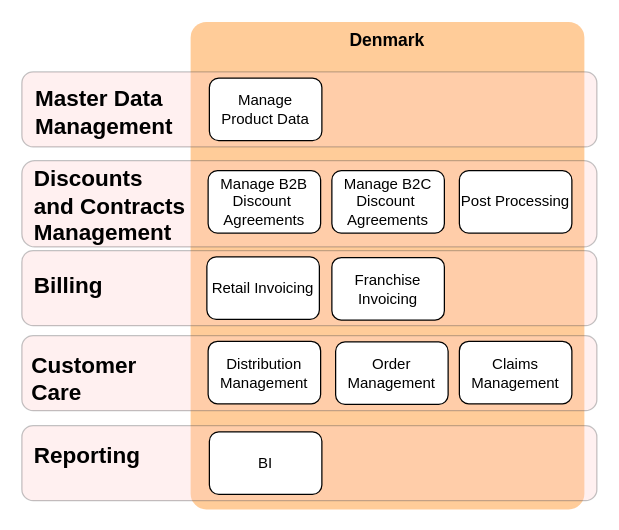
Before: page "Central Functions Denmark" (11 of 11) of Commercial Model.drawio in mrf742002/Diagrams, a draw.io diagram. Source tidied: cells renumbered, new cells numbered last; positions are measured from the earlier drawing's top-left corner, leaving out a move shared by most shapes. Both pictures are drawn from the tidied source at 125%, with x=0, y=0 at pixel (21, 21).
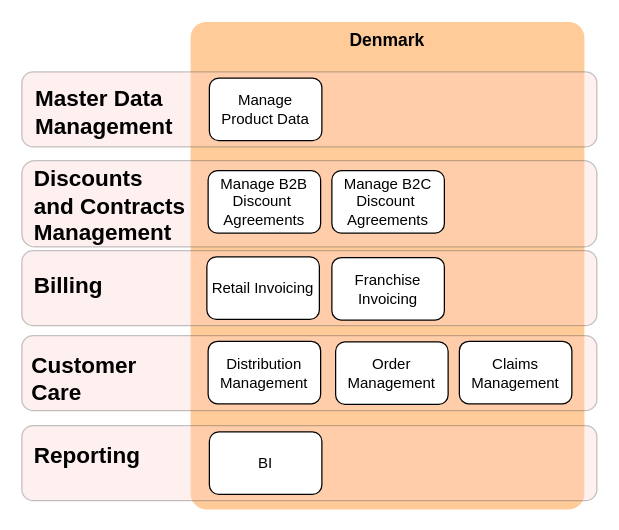
The same page after the edit.

The edit, as a diff of the source:
```diff
@@
-    <mxCell id="14" value="Post Processing" style="rounded=1;whiteSpace=wrap;html=1;" parent="1" vertex="1">
-      <mxGeometry x="350" y="119" width="90" height="50" as="geometry" />
-    </mxCell>
```
